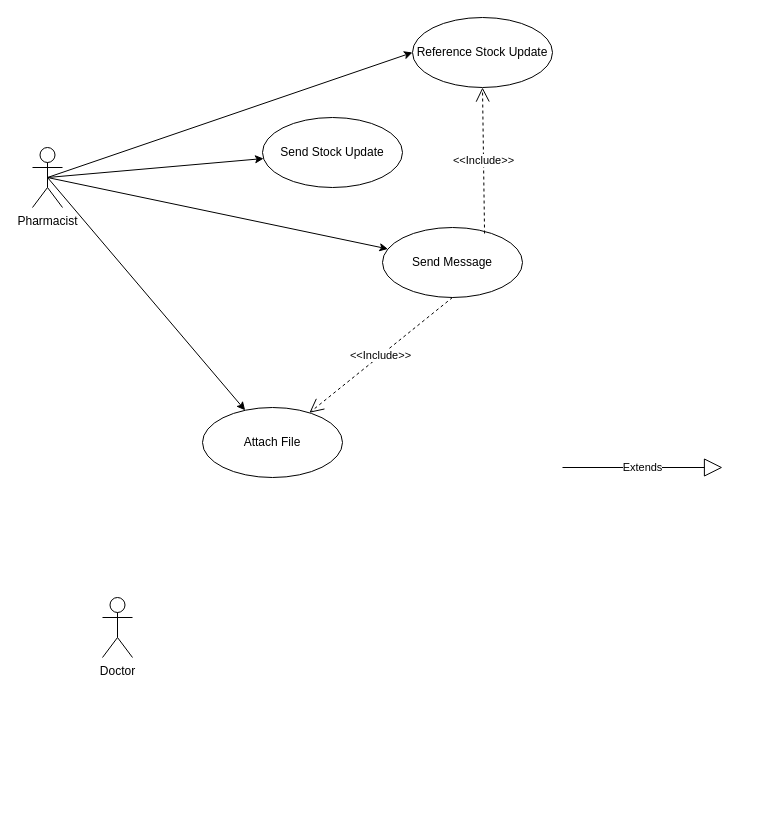
Icey-Python/DIAGRAMS keeps this draw.io diagram as practical-assesment-UML.drawio. Above is the earlier version. Source tidied: cells renumbered, new cells numbered last; positions are measured from the earlier drawing's top-left corner, leaving out a move shared by most shapes. Both pictures are drawn from the tidied source at 100%, with x=0, y=0 at pixel (32, 17).
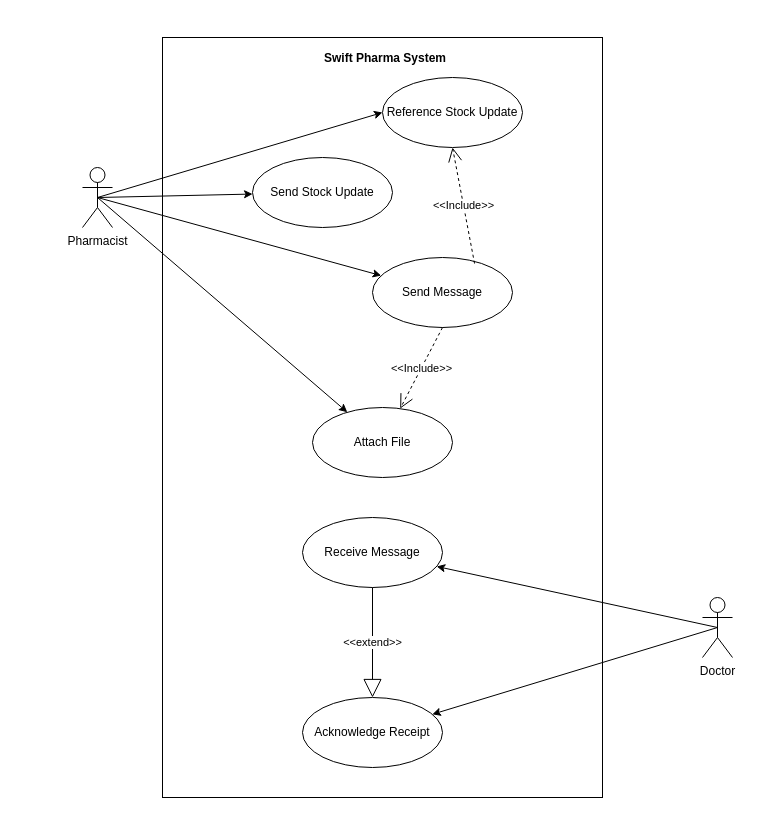
Above is the later version.

Diff of the diagram source:
```diff
@@
+    <mxCell id="15" style="html=1;whiteSpace=wrap;" parent="1" vertex="1">
+      <mxGeometry x="130" y="20" width="440" height="760" as="geometry" />
+    </mxCell>
@@
     <mxCell id="6" value="&lt;div&gt;Pharmacist&lt;/div&gt;&lt;div&gt;&lt;br&gt;&lt;/div&gt;" style="shape=umlActor;verticalLabelPosition=bottom;verticalAlign=top;html=1;" parent="1" vertex="1">
-      <mxGeometry y="130" width="30" height="60" as="geometry" />
+      <mxGeometry x="50" y="150" width="30" height="60" as="geometry" />
     </mxCell>
+    <mxCell id="16" style="rounded=0;jettySize=auto;html=1;exitX=0.5;exitY=0.5;exitDx=0;exitDy=0;exitPerimeter=0;" parent="1" edge="1" source="7" target="18">
+      <mxGeometry relative="1" as="geometry" />
+    </mxCell>
+    <mxCell id="17" style="rounded=0;jettySize=auto;html=1;exitX=0.5;exitY=0.5;exitDx=0;exitDy=0;exitPerimeter=0;" parent="1" edge="1" source="7" target="19">
+      <mxGeometry relative="1" as="geometry" />
+    </mxCell>
     <mxCell id="7" value="&lt;div&gt;Doctor&lt;/div&gt;" style="shape=umlActor;verticalLabelPosition=bottom;verticalAlign=top;html=1;" parent="1" vertex="1">
-      <mxGeometry x="70" y="580" width="30" height="60" as="geometry" />
+      <mxGeometry x="670" y="580" width="30" height="60" as="geometry" />
     </mxCell>
     <mxCell id="8" value="Send Stock Update" style="ellipse;whiteSpace=wrap;html=1;" parent="1" vertex="1">
-      <mxGeometry x="230" y="100" width="140" height="70" as="geometry" />
+      <mxGeometry x="220" y="140" width="140" height="70" as="geometry" />
     </mxCell>
     <mxCell id="9" value="&lt;div&gt;Reference Stock Update&lt;/div&gt;" style="ellipse;whiteSpace=wrap;html=1;" parent="1" vertex="1">
-      <mxGeometry x="380" width="140" height="70" as="geometry" />
+      <mxGeometry x="350" y="60" width="140" height="70" as="geometry" />
     </mxCell>
     <mxCell id="10" value="Send Message" style="ellipse;whiteSpace=wrap;html=1;" parent="1" vertex="1">
-      <mxGeometry x="350" y="210" width="140" height="70" as="geometry" />
+      <mxGeometry x="340" y="240" width="140" height="70" as="geometry" />
     </mxCell>
     <mxCell id="11" value="Attach File" style="ellipse;whiteSpace=wrap;html=1;" parent="1" vertex="1">
-      <mxGeometry x="170" y="390" width="140" height="70" as="geometry" />
+      <mxGeometry x="280" y="390" width="140" height="70" as="geometry" />
     </mxCell>
-    <mxCell id="12" value="Extends" style="endArrow=block;endSize=16;endFill=0;html=1;rounded=0;" parent="1" edge="1">
-      <mxGeometry relative="1" as="geometry">
-        <mxPoint x="530" y="450" as="sourcePoint" />
-        <mxPoint x="690" y="450" as="targetPoint" />
-      </mxGeometry>
-    </mxCell>
@@
+    <mxCell id="18" value="Receive Message" style="ellipse;whiteSpace=wrap;html=1;" parent="1" vertex="1">
+      <mxGeometry x="270" y="500" width="140" height="70" as="geometry" />
+    </mxCell>
+    <mxCell id="19" value="Acknowledge Receipt" style="ellipse;whiteSpace=wrap;html=1;" parent="1" vertex="1">
+      <mxGeometry x="270" y="680" width="140" height="70" as="geometry" />
+    </mxCell>
+    <mxCell id="20" value="&amp;lt;&amp;lt;extend&amp;gt;&amp;gt;" style="endArrow=block;endSize=16;endFill=0;html=1;rounded=0;exitX=0.5;exitY=1;exitDx=0;exitDy=0;" parent="1" edge="1" source="18" target="19">
+      <mxGeometry relative="1" as="geometry" />
+    </mxCell>
+    <mxCell id="21" value="&lt;b&gt;Swift Pharma System&lt;/b&gt;" style="text;html=1;align=center;verticalAlign=middle;whiteSpace=wrap;rounded=0;" parent="1" vertex="1">
+      <mxGeometry x="243" y="21" width="220" height="40" as="geometry" />
+    </mxCell>
```
